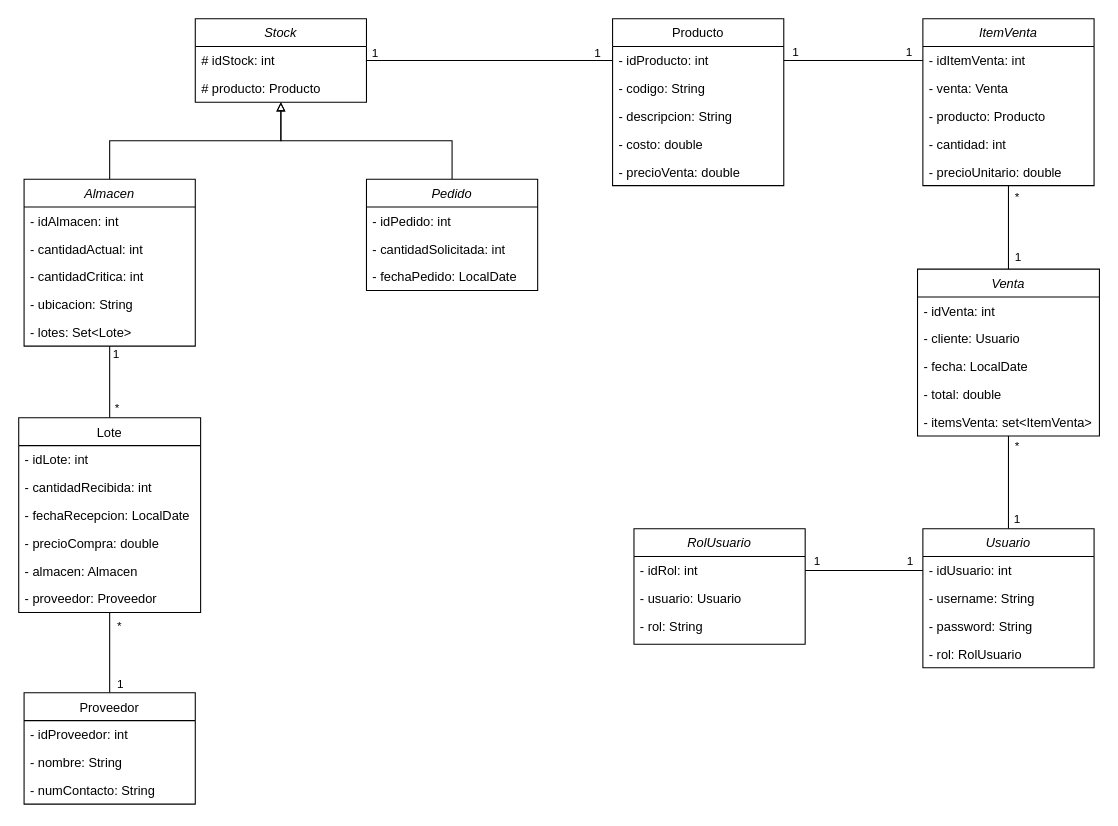
Above: Diagrama de clases.drawio in GiuliV21/grupo-24-OO2-2024 (draw.io), before the change. Source tidied: cells renumbered, new cells numbered last; positions are measured from the earlier drawing's top-left corner, leaving out a move shared by most shapes. Both pictures are drawn from the tidied source at 107%, with x=0, y=0 at pixel (18, 18).
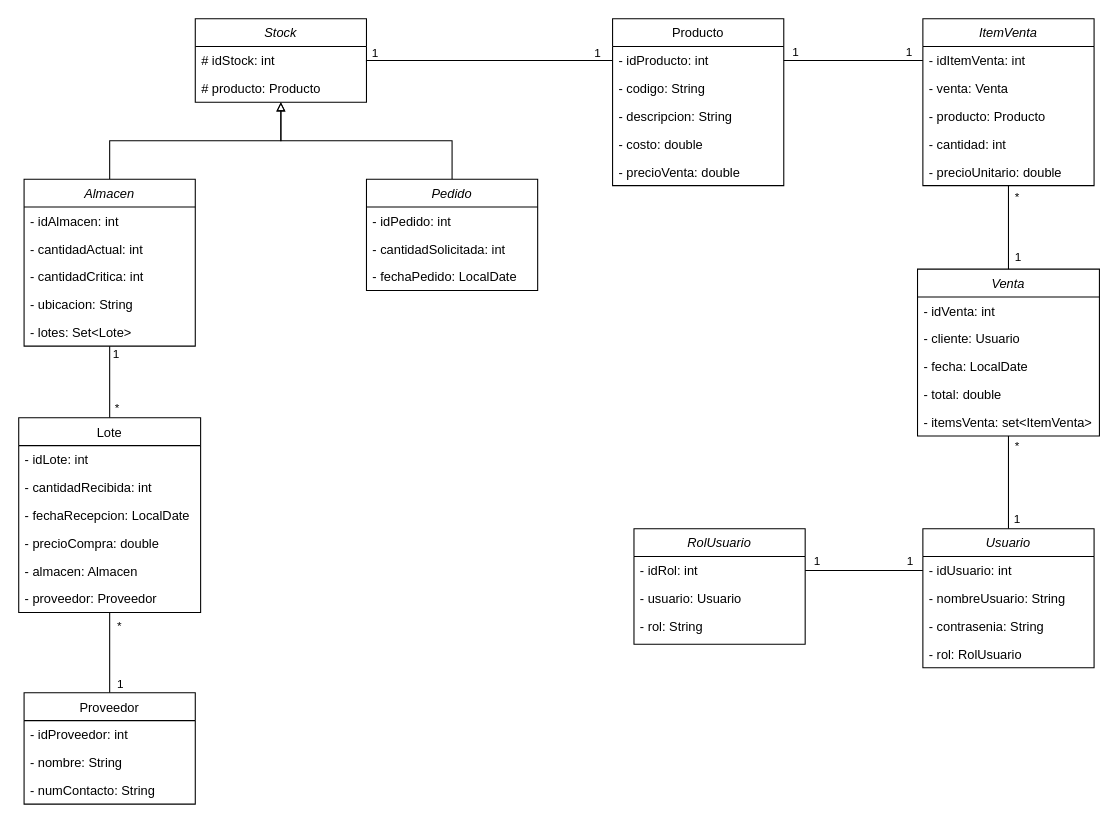
Above is the later version.

Commit message:
Añadir diagrama de clases: Diagrama de clases.drawio

Unchanged cells that the change refers to:
```xml
<mxCell id="5" value="Usuario" style="swimlane;fontStyle=2;align=center;verticalAlign=top;horizontal=1;startSize=26;rounded=0;shadow=0;strokeWidth=1;" parent="1" vertex="1">
  <mxGeometry x="845" y="476.6" width="160" height="130" as="geometry" />
</mxCell>
```

What changed in the source:
```diff
@@
-    <mxCell id="7" value="- username: String" style="text;align=left;verticalAlign=top;spacingLeft=4;spacingRight=4;overflow=hidden;rounded=0;shadow=0;html=0;" parent="5" vertex="1">
+    <mxCell id="7" value="- nombreUsuario: String" style="text;align=left;verticalAlign=top;spacingLeft=4;spacingRight=4;overflow=hidden;rounded=0;shadow=0;html=0;" parent="5" vertex="1">
       <mxGeometry y="52" width="160" height="26" as="geometry" />
     </mxCell>
-    <mxCell id="8" value="- password: String" style="text;align=left;verticalAlign=top;spacingLeft=4;spacingRight=4;overflow=hidden;rounded=0;shadow=0;html=0;" parent="5" vertex="1">
+    <mxCell id="8" value="- contrasenia: String" style="text;align=left;verticalAlign=top;spacingLeft=4;spacingRight=4;overflow=hidden;rounded=0;shadow=0;html=0;" parent="5" vertex="1">
       <mxGeometry y="78" width="160" height="26" as="geometry" />
     </mxCell>
```
